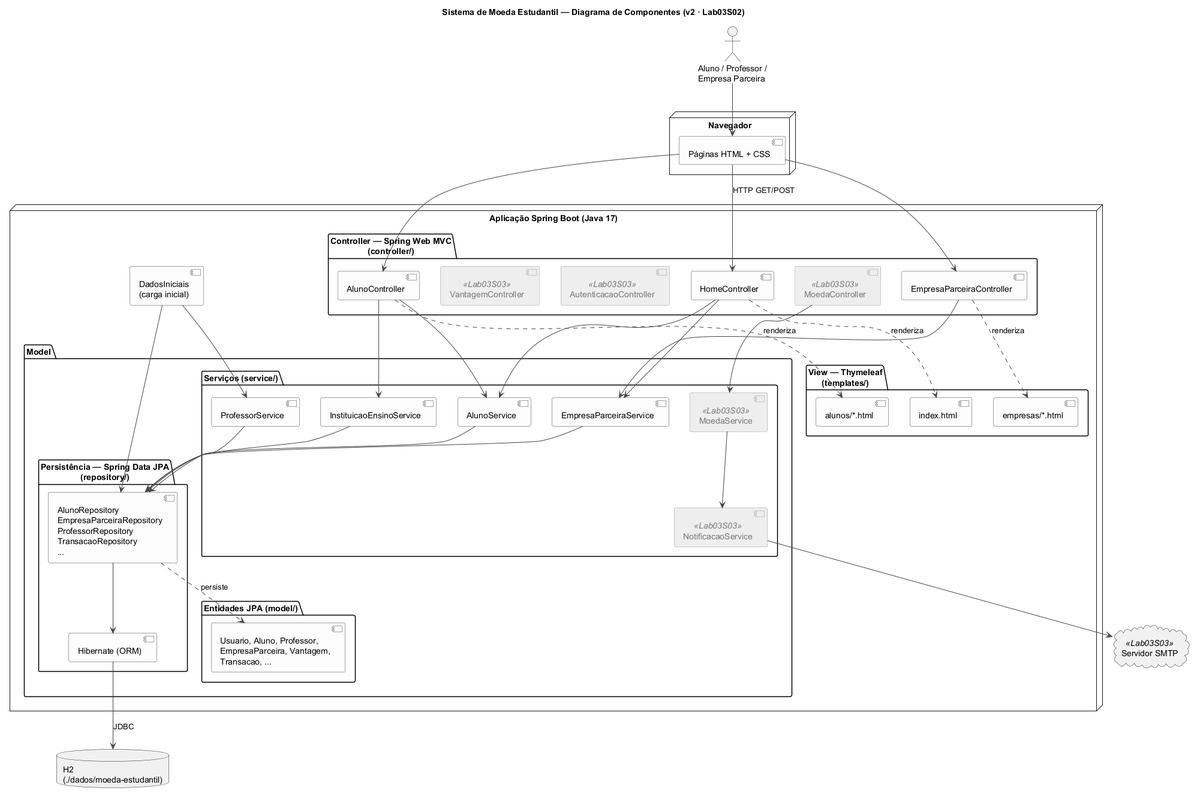
The PlantUML diagram docs/diagramas/diagrama-componentes.png in viniciusoramos/Sistema-de-Moeda-Estudantil, before a commit.
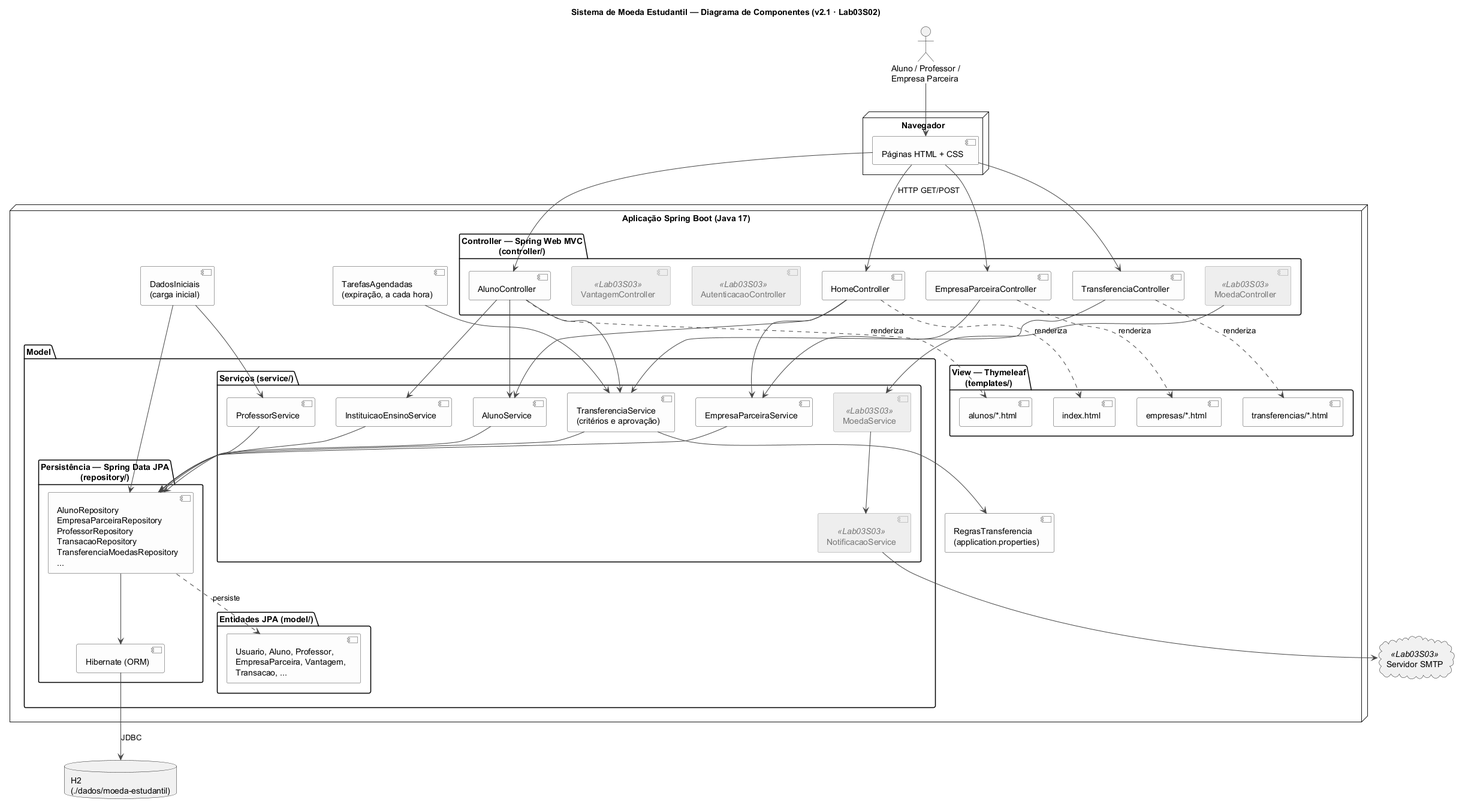
After the commit.

Change to the diagram source:
```diff
@@ -1,6 +1,6 @@
 @startuml diagrama-componentes
 
-title Sistema de Moeda Estudantil — Diagrama de Componentes (v2 · Lab03S02)
+title Sistema de Moeda Estudantil — Diagrama de Componentes (v2.1 · Lab03S02)
 
 skinparam shadowing false
 skinparam componentStyle uml2
@@ -25,12 +25,14 @@
     [alunos/*.html] as VAluno
     [empresas/*.html] as VEmpresa
     [index.html] as VIndex
+    [transferencias/*.html] as VTransf
   }
 
   package "Controller — Spring Web MVC\n(controller/)" {
     [HomeController] as CHome
     [AlunoController] as CAluno
     [EmpresaParceiraController] as CEmpresa
+    [TransferenciaController] as CTransf
     [AutenticacaoController] <<Lab03S03>> as CAuth
     [VantagemController] <<Lab03S03>> as CVant
     [MoedaController] <<Lab03S03>> as CMoeda
@@ -42,6 +44,7 @@
       [EmpresaParceiraService] as SEmpresa
       [ProfessorService] as SProf
       [InstituicaoEnsinoService] as SInst
+      [TransferenciaService\n(critérios e aprovação)] as STransf
       [MoedaService] <<Lab03S03>> as SMoeda
       [NotificacaoService] <<Lab03S03>> as SNotif
     }
@@ -49,12 +52,14 @@
       [Usuario, Aluno, Professor,\nEmpresaParceira, Vantagem,\nTransacao, ...] as Dominio
     }
     package "Persistência — Spring Data JPA\n(repository/)" {
-      [AlunoRepository\nEmpresaParceiraRepository\nProfessorRepository\nTransacaoRepository\n...] as Repos
+      [AlunoRepository\nEmpresaParceiraRepository\nProfessorRepository\nTransacaoRepository\nTransferenciaMoedasRepository\n...] as Repos
       [Hibernate (ORM)] as ORM
     }
   }
 
   [DadosIniciais\n(carga inicial)] as Carga
+  [TarefasAgendadas\n(expiração, a cada hora)] as Agenda
+  [RegrasTransferencia\n(application.properties)] as Regras
 }
 
 database "H2\n(./dados/moeda-estudantil)" as BD
@@ -85,6 +90,14 @@
 Carga --> Repos
 Carga --> SProf
 
+HTML --> CTransf
+CTransf ..> VTransf : renderiza
+CTransf --> STransf
+CAluno --> STransf
+STransf --> Repos
+STransf --> Regras
+Agenda --> STransf
+
 Repos ..> Dominio : persiste
 Repos --> ORM
 ORM --> BD : JDBC
```
